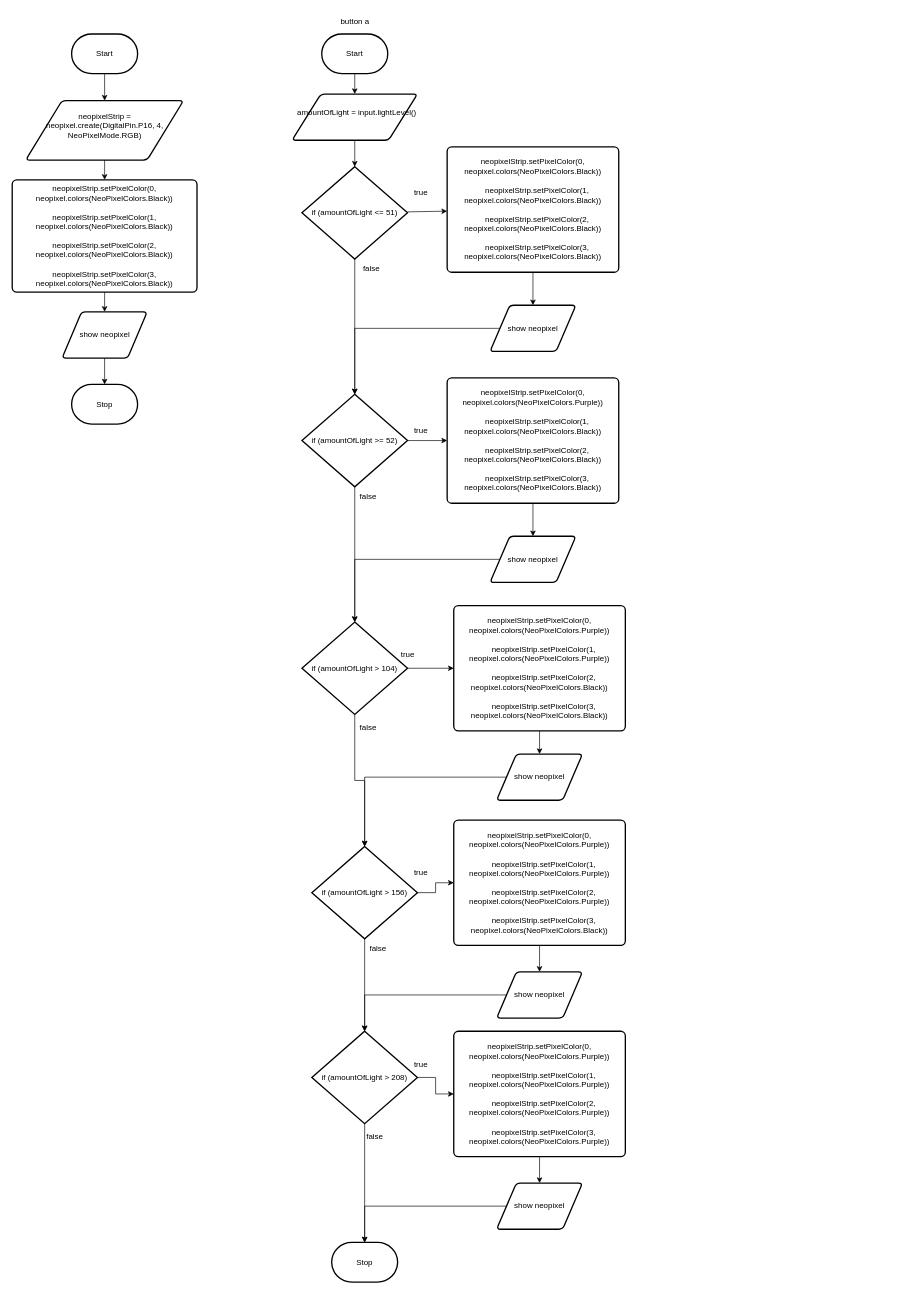
The draw.io diagram design/flowchart.drawio in MTHS-TEJ2O-1-2023/TEJ2O-Unit-2-10-sophie-nguyen-0, before the edit. Source tidied: cells renumbered, new cells numbered last; positions are measured from the earlier drawing's top-left corner, leaving out a move shared by most shapes. Both pictures are drawn from the tidied source at 66%, with x=0, y=0 at pixel (12, 11).
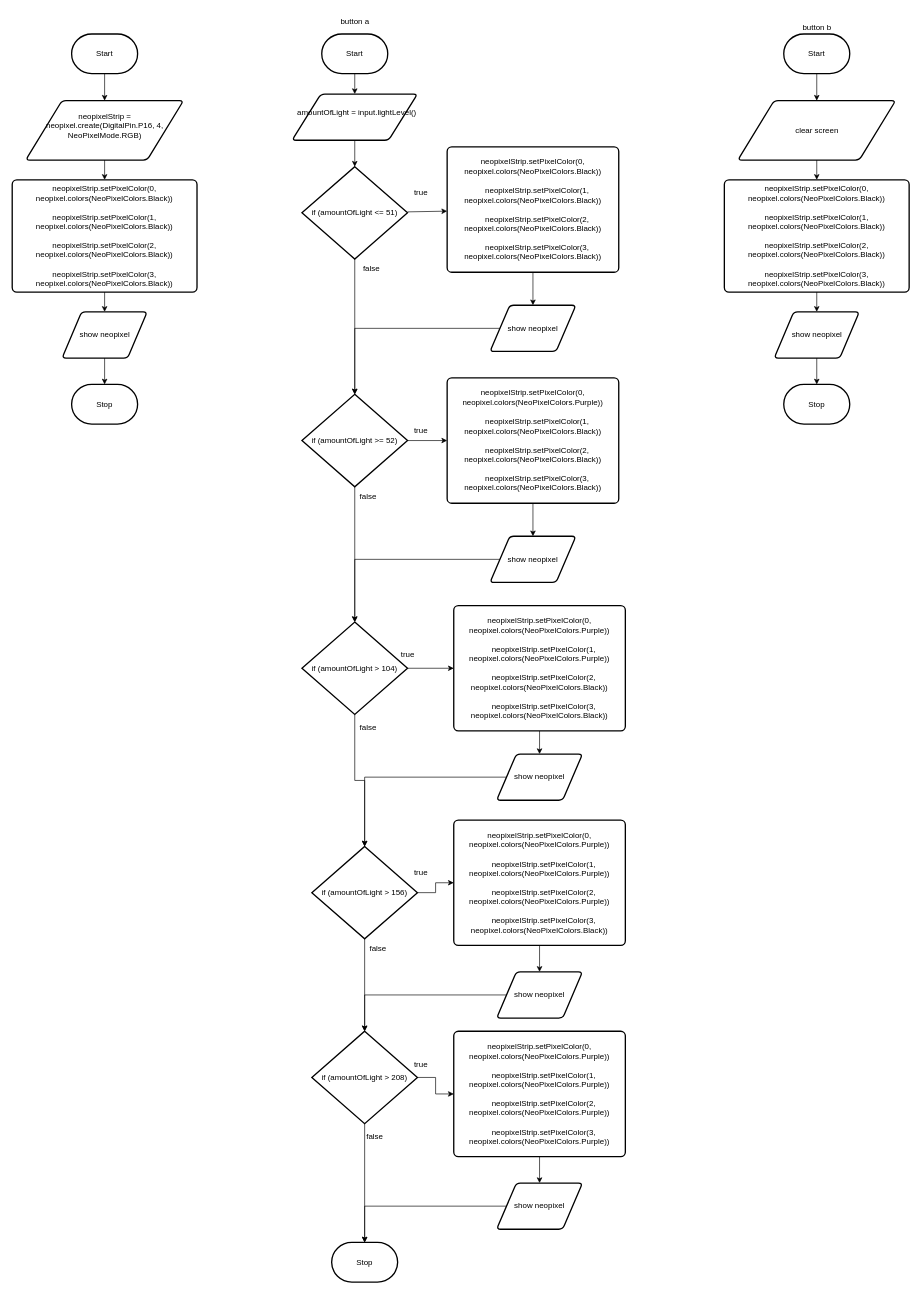
After the change.

What changed in the source:
```diff
@@
+    <mxCell id="62" style="edgeStyle=none;html=1;" parent="1" edge="1" source="63" target="66">
+      <mxGeometry relative="1" as="geometry" />
+    </mxCell>
+    <mxCell id="63" value="Start" style="strokeWidth=2;html=1;shape=mxgraph.flowchart.terminator;whiteSpace=wrap;" parent="1" vertex="1">
+      <mxGeometry x="1169" y="34" width="100" height="60" as="geometry" />
+    </mxCell>
+    <mxCell id="64" value="Stop" style="strokeWidth=2;html=1;shape=mxgraph.flowchart.terminator;whiteSpace=wrap;" parent="1" vertex="1">
+      <mxGeometry x="1169" y="565" width="100" height="60" as="geometry" />
+    </mxCell>
+    <mxCell id="65" style="edgeStyle=none;html=1;" parent="1" edge="1" source="66" target="68">
+      <mxGeometry relative="1" as="geometry" />
+    </mxCell>
+    <mxCell id="66" value="&lt;div class=&quot;custom-cursor-default-hover&quot;&gt;clear screen&lt;/div&gt;" style="shape=parallelogram;html=1;strokeWidth=2;perimeter=parallelogramPerimeter;whiteSpace=wrap;rounded=1;arcSize=12;size=0.23;" parent="1" vertex="1">
+      <mxGeometry x="1099.5" y="135" width="239" height="90" as="geometry" />
+    </mxCell>
+    <mxCell id="67" style="edgeStyle=none;html=1;" parent="1" edge="1" source="68" target="70">
+      <mxGeometry relative="1" as="geometry" />
+    </mxCell>
+    <mxCell id="68" value="&lt;div class=&quot;custom-cursor-default-hover&quot;&gt;neopixelStrip.setPixelColor(0, neopixel.colors(NeoPixelColors.Black))&lt;/div&gt;&lt;div class=&quot;custom-cursor-default-hover&quot;&gt;&lt;br&gt;&lt;/div&gt;&lt;div class=&quot;custom-cursor-default-hover&quot;&gt;neopixelStrip.setPixelColor(1, neopixel.colors(NeoPixelColors.Black))&lt;/div&gt;&lt;div class=&quot;custom-cursor-default-hover&quot;&gt;&lt;br&gt;&lt;/div&gt;&lt;div class=&quot;custom-cursor-default-hover&quot;&gt;neopixelStrip.setPixelColor(2, neopixel.colors(NeoPixelColors.Black))&lt;/div&gt;&lt;div class=&quot;custom-cursor-default-hover&quot;&gt;&lt;br&gt;&lt;/div&gt;&lt;div class=&quot;custom-cursor-default-hover&quot;&gt;neopixelStrip.setPixelColor(3, neopixel.colors(NeoPixelColors.Black))&lt;/div&gt;" style="rounded=1;whiteSpace=wrap;html=1;absoluteArcSize=1;arcSize=14;strokeWidth=2;" parent="1" vertex="1">
+      <mxGeometry x="1079" y="255" width="280" height="170" as="geometry" />
+    </mxCell>
+    <mxCell id="69" style="edgeStyle=none;html=1;" parent="1" edge="1" source="70" target="64">
+      <mxGeometry relative="1" as="geometry" />
+    </mxCell>
+    <mxCell id="70" value="show neopixel" style="shape=parallelogram;html=1;strokeWidth=2;perimeter=parallelogramPerimeter;whiteSpace=wrap;rounded=1;arcSize=12;size=0.23;" parent="1" vertex="1">
+      <mxGeometry x="1154.5" y="455" width="129" height="70" as="geometry" />
+    </mxCell>
+    <mxCell id="71" value="button b" style="text;html=1;align=center;verticalAlign=middle;strokeColor=none;fillColor=none;" parent="1" vertex="1">
+      <mxGeometry x="1184" y="10" width="70" height="30" as="geometry" />
+    </mxCell>
```
